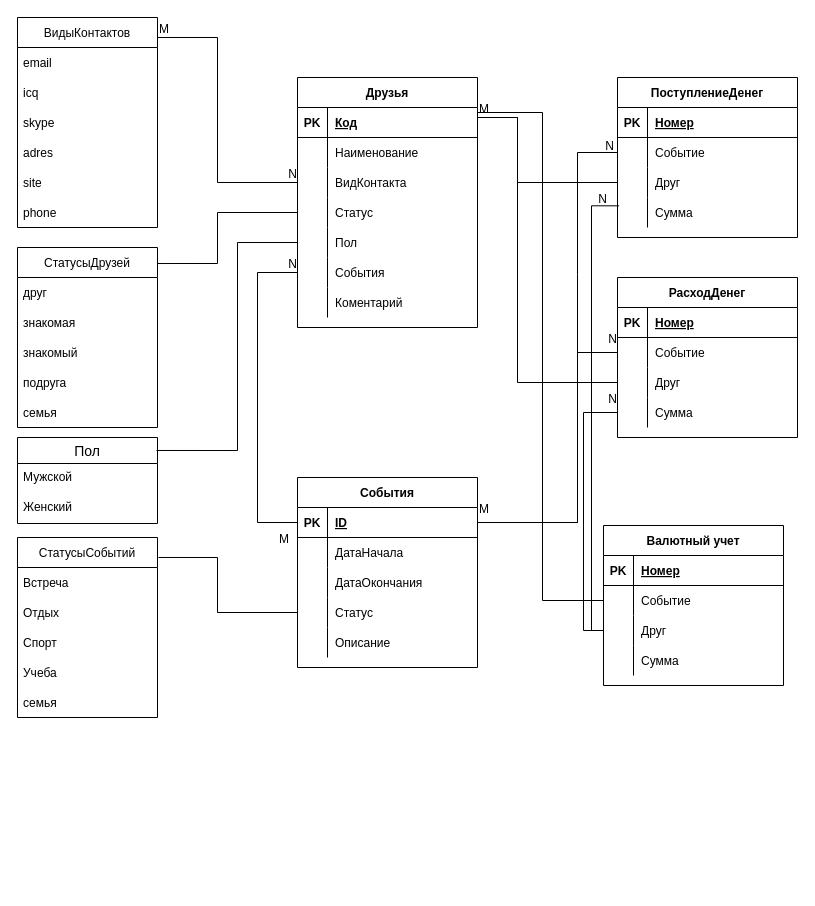
This is ER diagram.drawio from anfijk/jknl, a draw.io file, before an edit. Source tidied: cells renumbered, new cells numbered last; positions are measured from the earlier drawing's top-left corner, leaving out a move shared by most shapes. Both pictures are drawn from the tidied source at 100%, with x=0, y=0 at pixel (17, 17).
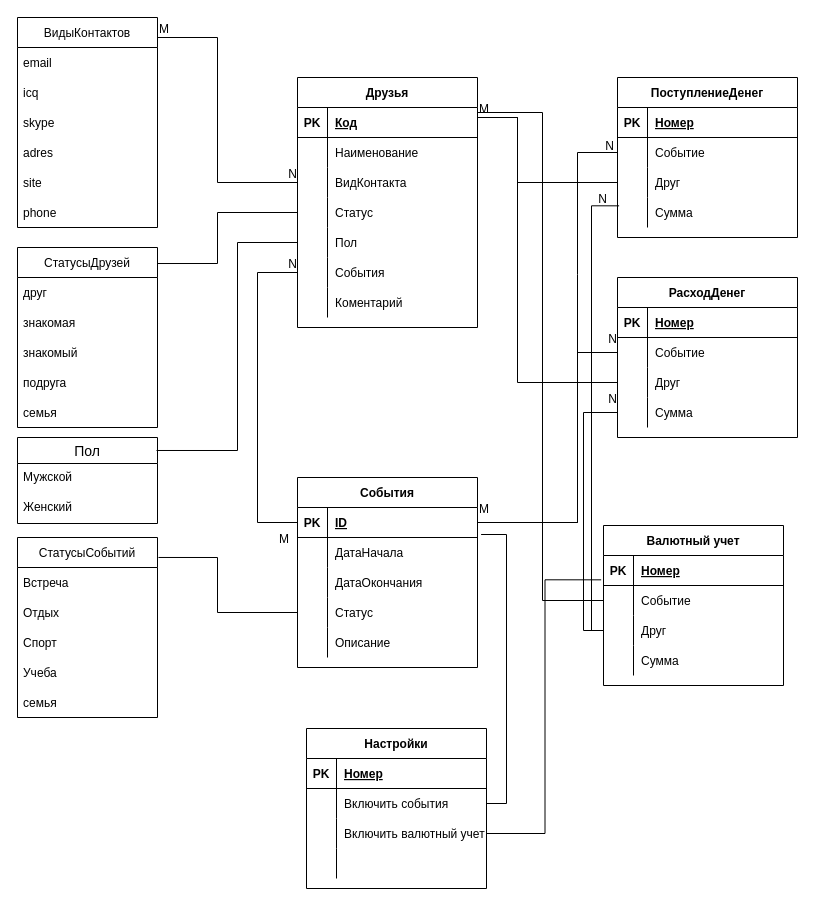
After the change.

Unchanged cells that the change refers to:
```xml
<mxCell id="47" style="shape=tableRow;horizontal=0;startSize=0;swimlaneHead=0;swimlaneBody=0;fillColor=none;points=[[0,0.5],[1,0.5]];portConstraint=eastwest;top=0;left=0;right=0;bottom=1;" parent="46" vertex="1">
  <mxGeometry y="30" width="180" height="30" as="geometry" />
</mxCell>
<mxCell id="108" style="shape=tableRow;horizontal=0;startSize=0;swimlaneHead=0;swimlaneBody=0;fillColor=none;points=[[0,0.5],[1,0.5]];portConstraint=eastwest;top=0;left=0;right=0;bottom=1;" parent="107" vertex="1">
  <mxGeometry y="30" width="180" height="30" as="geometry" />
</mxCell>
```

Diff of the diagram source:
```diff
@@
+    <mxCell id="123" value="Настройки" style="shape=table;startSize=30;childLayout=tableLayout;rowLines=0;fontStyle=1;align=center;" parent="1" vertex="1">
+      <mxGeometry x="289" y="711" width="180" height="160" as="geometry" />
+    </mxCell>
+    <mxCell id="124" style="shape=tableRow;horizontal=0;startSize=0;swimlaneHead=0;swimlaneBody=0;fillColor=none;top=0;left=0;right=0;bottom=1;" parent="123" vertex="1">
+      <mxGeometry y="30" width="180" height="30" as="geometry" />
+    </mxCell>
+    <mxCell id="125" value="PK" style="shape=partialRectangle;fillColor=none;top=0;left=0;bottom=0;right=0;fontStyle=1;overflow=hidden;" parent="124" vertex="1">
+      <mxGeometry width="30" height="30" as="geometry" />
+    </mxCell>
+    <mxCell id="126" value="Номер" style="shape=partialRectangle;fillColor=none;top=0;left=0;bottom=0;right=0;align=left;spacingLeft=6;fontStyle=5;overflow=hidden;" parent="124" vertex="1">
+      <mxGeometry x="30" width="150" height="30" as="geometry" />
+    </mxCell>
+    <mxCell id="127" style="shape=tableRow;horizontal=0;startSize=0;swimlaneHead=0;swimlaneBody=0;fillColor=none;points=[[0,0.5],[1,0.5]];portConstraint=eastwest;top=0;left=0;right=0;bottom=0;" parent="123" vertex="1">
+      <mxGeometry y="60" width="180" height="30" as="geometry" />
+    </mxCell>
+    <mxCell id="128" style="shape=partialRectangle;fillColor=none;top=0;left=0;bottom=0;right=0;overflow=hidden;" parent="127" vertex="1">
+      <mxGeometry width="30" height="30" as="geometry" />
+    </mxCell>
+    <mxCell id="129" value="Включить события" style="shape=partialRectangle;fillColor=none;top=0;left=0;bottom=0;right=0;align=left;spacingLeft=6;overflow=hidden;" parent="127" vertex="1">
+      <mxGeometry x="30" width="150" height="30" as="geometry" />
+    </mxCell>
+    <mxCell id="130" style="shape=tableRow;horizontal=0;startSize=0;swimlaneHead=0;swimlaneBody=0;fillColor=none;points=[[0,0.5],[1,0.5]];portConstraint=eastwest;top=0;left=0;right=0;bottom=0;" parent="123" vertex="1">
+      <mxGeometry y="90" width="180" height="30" as="geometry" />
+    </mxCell>
+    <mxCell id="131" style="shape=partialRectangle;fillColor=none;top=0;left=0;bottom=0;right=0;overflow=hidden;" parent="130" vertex="1">
+      <mxGeometry width="30" height="30" as="geometry" />
+    </mxCell>
+    <mxCell id="132" value="Включить валютный учет" style="shape=partialRectangle;fillColor=none;top=0;left=0;bottom=0;right=0;align=left;spacingLeft=6;overflow=hidden;" parent="130" vertex="1">
+      <mxGeometry x="30" width="150" height="30" as="geometry" />
+    </mxCell>
+    <mxCell id="133" style="shape=tableRow;horizontal=0;startSize=0;swimlaneHead=0;swimlaneBody=0;fillColor=none;top=0;left=0;right=0;bottom=0;" parent="123" vertex="1">
+      <mxGeometry y="120" width="180" height="30" as="geometry" />
+    </mxCell>
+    <mxCell id="134" style="shape=partialRectangle;fillColor=none;top=0;left=0;bottom=0;right=0;overflow=hidden;" parent="133" vertex="1">
+      <mxGeometry width="30" height="30" as="geometry" />
+    </mxCell>
+    <mxCell id="135" style="shape=partialRectangle;fillColor=none;top=0;left=0;bottom=0;right=0;align=left;spacingLeft=6;overflow=hidden;" parent="133" vertex="1">
+      <mxGeometry x="30" width="150" height="30" as="geometry" />
+    </mxCell>
+    <mxCell id="136" style="edgeStyle=orthogonalEdgeStyle;rounded=0;jettySize=auto;html=1;exitX=1;exitY=0.5;exitDx=0;exitDy=0;entryX=-0.013;entryY=0.811;entryDx=0;entryDy=0;entryPerimeter=0;endArrow=none;endFill=0;" parent="1" edge="1" source="130" target="108">
+      <mxGeometry relative="1" as="geometry" />
+    </mxCell>
+    <mxCell id="137" style="edgeStyle=orthogonalEdgeStyle;rounded=0;jettySize=auto;html=1;exitX=1;exitY=0.5;exitDx=0;exitDy=0;entryX=1.02;entryY=0.9;entryDx=0;entryDy=0;entryPerimeter=0;endArrow=none;endFill=0;" parent="1" edge="1" source="127" target="47">
+      <mxGeometry relative="1" as="geometry" />
+    </mxCell>
```
